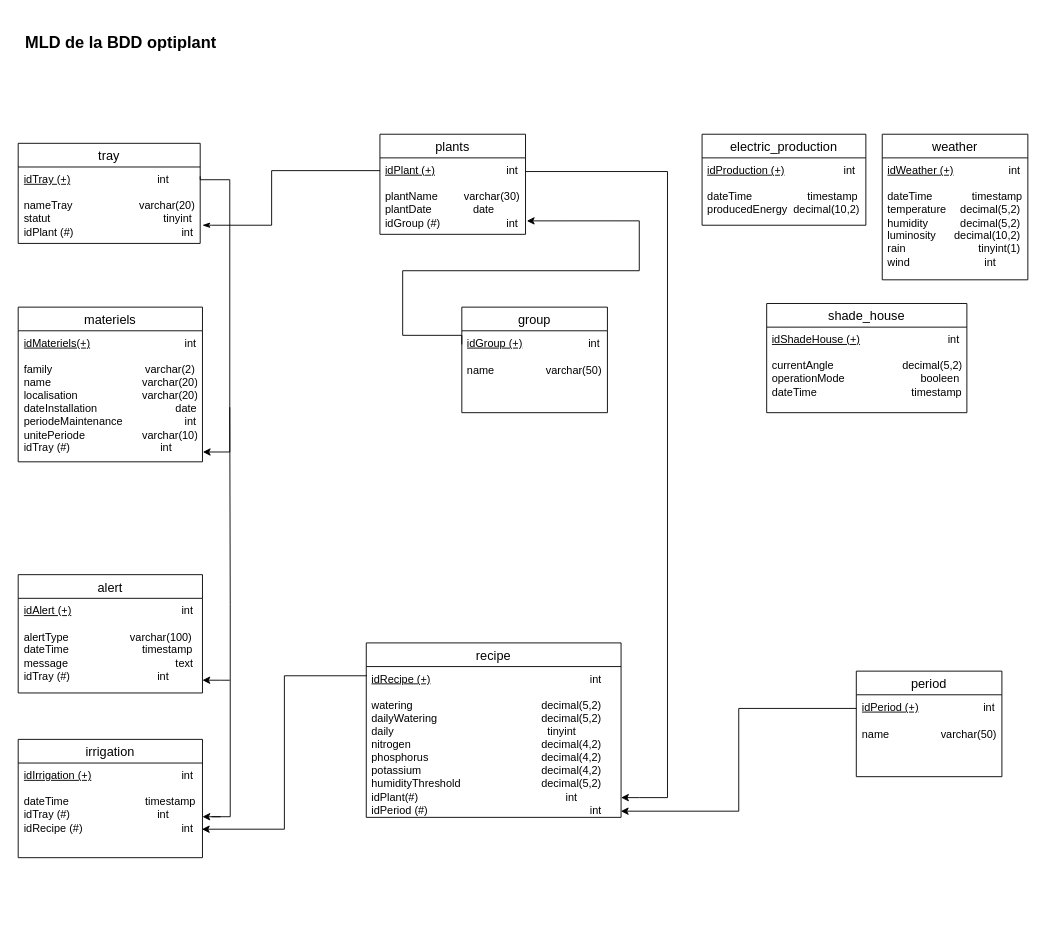
SAE601/BDD keeps this draw.io diagram as MLD.drawio. Above is the earlier version. Source tidied: cells renumbered, new cells numbered last; positions are measured from the earlier drawing's top-left corner, leaving out a move shared by most shapes. Both pictures are drawn from the tidied source at 91%, with x=0, y=0 at pixel (15, 15).
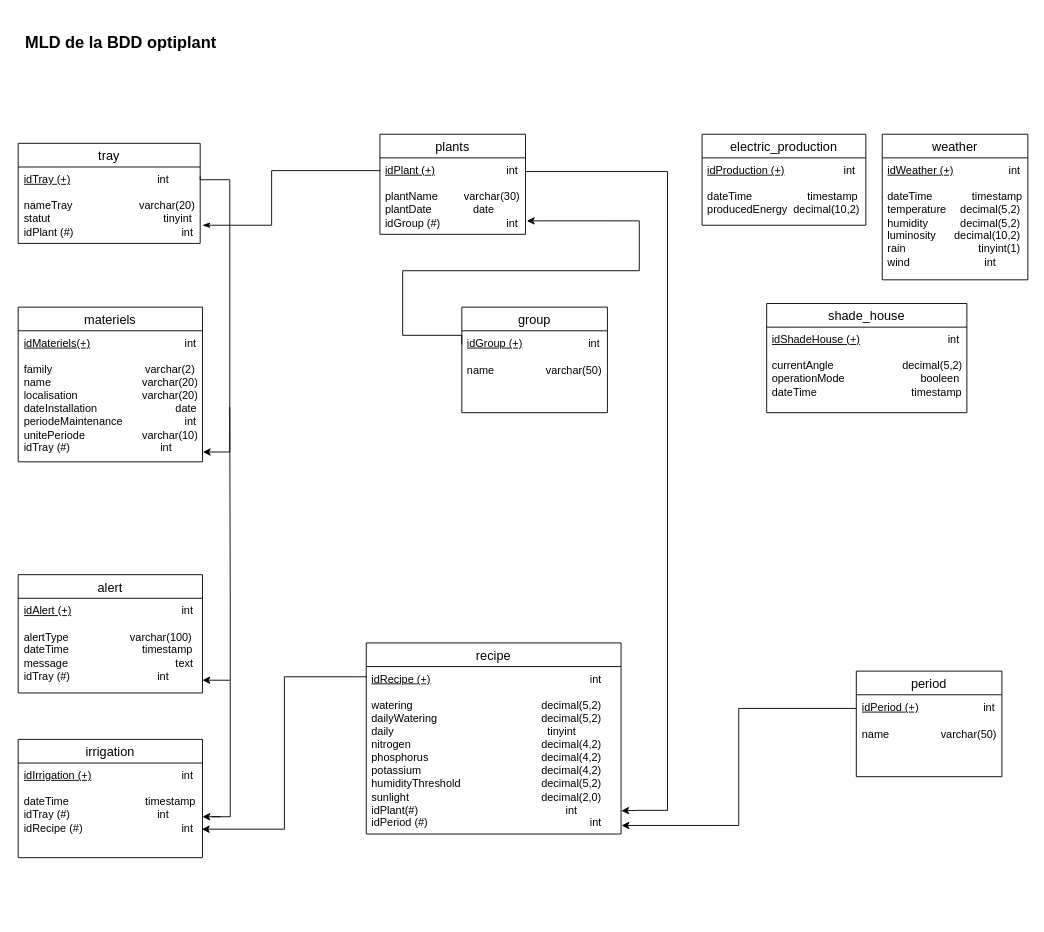
The same page after the edit.

Commit message:
Mettre à jour MLD.drawio

Unchanged cells that the change refers to:
```xml
<mxCell id="15" value="&lt;u&gt;idPeriod (+)&lt;/u&gt;&lt;span style=&quot;white-space: pre;&quot;&gt;&#9;&lt;/span&gt;&lt;span style=&quot;white-space: pre;&quot;&gt;&#9;&lt;/span&gt;&lt;span style=&quot;white-space: pre;&quot;&gt;&#9;&lt;/span&gt;int" style="text;strokeColor=none;fillColor=none;spacingLeft=4;spacingRight=4;overflow=hidden;points=[[0,0.5],[1,0.5]];portConstraint=eastwest;fontSize=12;whiteSpace=wrap;html=1;" parent="14" vertex="1">
  <mxGeometry y="26" width="160" height="30" as="geometry" />
</mxCell>
```

Diff of the diagram source:
```diff
@@
     <mxCell id="31" style="group;" parent="1" vertex="1">
-      <mxGeometry x="385" y="689" width="280" height="271" as="geometry" />
+      <mxGeometry x="385" y="689" width="280" height="301" as="geometry" />
     </mxCell>
     <mxCell id="32" value="recipe" style="swimlane;fontStyle=0;horizontal=1;startSize=26;align=center;fontSize=14;" parent="31" vertex="1">
-      <mxGeometry width="280" height="191.7" as="geometry" />
+      <mxGeometry width="280" height="210" as="geometry" />
     </mxCell>
-    <mxCell id="33" value="&lt;div&gt;&lt;u&gt;idRecipe (+)&lt;/u&gt;&lt;span style=&quot;white-space: pre;&quot;&gt;&#9;&lt;/span&gt;&lt;span style=&quot;white-space: pre;&quot;&gt;&#9;&lt;/span&gt;&lt;span style=&quot;white-space: pre;&quot;&gt;&#9;&lt;/span&gt;&lt;span style=&quot;white-space: pre;&quot;&gt;&#9;&lt;/span&gt;&lt;span style=&quot;white-space: pre;&quot;&gt;&#9;&lt;/span&gt;&lt;span style=&quot;white-space: pre;&quot;&gt;&#9;&lt;/span&gt;&lt;span style=&quot;white-space: pre;&quot;&gt;&#9;&lt;/span&gt;int&lt;/div&gt;&lt;div&gt;&lt;br&gt;&lt;/div&gt;&lt;div&gt;watering&lt;span style=&quot;white-space: pre;&quot;&gt;&#9;&lt;/span&gt;&lt;span style=&quot;white-space: pre;&quot;&gt;&#9;&lt;/span&gt;&lt;span style=&quot;white-space: pre;&quot;&gt;&#9;&lt;/span&gt;&lt;span style=&quot;white-space: pre;&quot;&gt;&#9;&lt;/span&gt;&lt;span style=&quot;white-space: pre;&quot;&gt;&#9;&lt;/span&gt;&lt;span style=&quot;white-space: pre;&quot;&gt;&#9;&lt;/span&gt;&lt;span style=&quot;white-space: pre;&quot;&gt;decimal(5,2)&lt;/span&gt;&lt;/div&gt;&lt;div&gt;&lt;div&gt;dailyWatering&lt;span style=&quot;white-space: pre;&quot;&gt;&#9;&lt;/span&gt;&lt;span style=&quot;white-space: pre;&quot;&gt;&#9;&lt;/span&gt;&lt;span style=&quot;white-space: pre;&quot;&gt;&#9;&lt;/span&gt;&lt;span style=&quot;white-space: pre;&quot;&gt;&#9;&lt;/span&gt;&lt;span style=&quot;white-space: pre;&quot;&gt;&#9;&lt;/span&gt;decimal(5,2)&lt;/div&gt;&lt;div&gt;daily&lt;span style=&quot;white-space: pre;&quot;&gt;&#9;&lt;/span&gt;&lt;span style=&quot;white-space: pre;&quot;&gt;&#9;&lt;/span&gt;&lt;span style=&quot;white-space: pre;&quot;&gt;&#9;&lt;/span&gt;&lt;span style=&quot;white-space: pre;&quot;&gt;&#9;&lt;/span&gt;&lt;span style=&quot;white-space: pre;&quot;&gt;&#9;&lt;/span&gt;&lt;span style=&quot;white-space: pre;&quot;&gt;&#9;&lt;/span&gt;&lt;span style=&quot;white-space: pre;&quot;&gt;&#9;&lt;/span&gt;&amp;nbsp; tinyint&lt;br&gt;nitrogen&lt;span style=&quot;white-space: pre;&quot;&gt;&#9;&lt;/span&gt;&lt;span style=&quot;white-space: pre;&quot;&gt;&#9;&lt;/span&gt;&lt;span style=&quot;white-space: pre;&quot;&gt;&#9;&lt;/span&gt;&lt;span style=&quot;white-space: pre;&quot;&gt;&#9;&lt;/span&gt;&lt;span style=&quot;white-space: pre;&quot;&gt;&#9;&lt;/span&gt;&lt;span style=&quot;white-space: pre;&quot;&gt;&#9;&lt;/span&gt;decimal(4,2)&lt;br&gt;phosphorus&lt;span style=&quot;white-space: pre;&quot;&gt;&#9;&lt;/span&gt;&lt;span style=&quot;white-space: pre;&quot;&gt;&#9;&lt;/span&gt;&lt;span style=&quot;white-space: pre;&quot;&gt;&#9;&lt;/span&gt;&lt;span style=&quot;white-space: pre;&quot;&gt;&#9;&lt;/span&gt;&lt;span style=&quot;white-space: pre;&quot;&gt;&#9;&lt;/span&gt;decimal(4,2)&lt;br&gt;potassium&lt;span style=&quot;white-space: pre;&quot;&gt;&#9;&lt;/span&gt;&lt;span style=&quot;white-space: pre;&quot;&gt;&#9;&lt;/span&gt;&lt;span style=&quot;white-space: pre;&quot;&gt;&#9;&lt;/span&gt;&lt;span style=&quot;white-space: pre;&quot;&gt;&#9;&lt;/span&gt;&lt;span style=&quot;white-space: pre;&quot;&gt;&#9;&lt;/span&gt;decimal(4,2)&lt;br&gt;humidityThreshold&lt;span style=&quot;white-space: pre;&quot;&gt;&#9;&lt;/span&gt;&lt;span style=&quot;white-space: pre;&quot;&gt;&#9;&lt;/span&gt;&lt;span style=&quot;white-space: pre;&quot;&gt;&#9;&lt;/span&gt;&lt;span style=&quot;white-space: pre;&quot;&gt;&#9;&lt;/span&gt;decimal(5,2)&lt;br&gt;&lt;div&gt;idPlant(#)&lt;span style=&quot;white-space: pre;&quot;&gt;&#9;&lt;/span&gt;&lt;span style=&quot;white-space: pre;&quot;&gt;&#9;&lt;/span&gt;&lt;span style=&quot;white-space: pre;&quot;&gt;&#9;&lt;/span&gt;&lt;span style=&quot;white-space: pre;&quot;&gt;&#9;&lt;/span&gt;&lt;span style=&quot;white-space: pre;&quot;&gt;&#9;&lt;/span&gt;&lt;span style=&quot;white-space: pre;&quot;&gt;&#9;&lt;/span&gt;&lt;span style=&quot;white-space: pre;&quot;&gt;&#9;&lt;/span&gt;int&lt;/div&gt;&lt;div&gt;idPeriod (#)&lt;span style=&quot;white-space: pre;&quot;&gt;&#9;&lt;/span&gt;&lt;span style=&quot;white-space: pre;&quot;&gt;&#9;&lt;/span&gt;&lt;span style=&quot;white-space: pre;&quot;&gt;&#9;&lt;/span&gt;&lt;span style=&quot;white-space: pre;&quot;&gt;&#9;&lt;/span&gt;&lt;span style=&quot;white-space: pre;&quot;&gt;&#9;&lt;/span&gt;&lt;span style=&quot;white-space: pre;&quot;&gt;&#9;&lt;/span&gt;&lt;span style=&quot;white-space: pre;&quot;&gt;&#9;&lt;/span&gt;int&lt;/div&gt;&lt;table class=&quot;table table-striped table-hover table-sm table_results data ajax w-auto&quot;&gt;&lt;thead&gt;&lt;tr&gt;&lt;th class=&quot;draggable position-sticky text-end&quot;&gt;&lt;span style=&quot;font-weight: normal;&quot;&gt;&lt;br&gt;        &lt;br&gt;  &lt;/span&gt;&lt;/th&gt;  &lt;th class=&quot;draggable position-sticky text-end&quot;&gt;&lt;br&gt;&lt;br&gt;        &lt;br&gt;  &lt;/th&gt;  &lt;th class=&quot;draggable position-sticky text-end&quot;&gt;&lt;br&gt;&lt;br&gt;        &lt;br&gt;  &lt;/th&gt;  &lt;th class=&quot;draggable position-sticky text-end&quot;&gt;&lt;br&gt;&lt;br&gt;        &lt;br&gt;  &lt;/th&gt;  &lt;th class=&quot;draggable position-sticky text-end&quot;&gt;&lt;br&gt;&lt;br&gt;        &lt;br&gt;  &lt;/th&gt;  &lt;th class=&quot;draggable position-sticky text-end&quot;&gt;&lt;br&gt;&lt;br&gt;        &lt;br&gt;  &lt;/th&gt;  &lt;th class=&quot;draggable position-sticky text-end&quot;&gt;&lt;br&gt;&lt;br&gt;        &lt;br&gt;  &lt;/th&gt;  &lt;th class=&quot;draggable position-sticky text-end&quot;&gt;&lt;br&gt;&lt;br&gt;        &lt;br&gt;  &lt;/th&gt;  &lt;th class=&quot;draggable position-sticky text-end&quot;&gt;&lt;br&gt;&lt;br&gt;        &lt;br&gt;  &lt;/th&gt;      &lt;td colspan=&quot;4&quot; class=&quot;d-print-none&quot;&gt;&lt;br&gt;&lt;/td&gt;&lt;/tr&gt;&lt;/thead&gt;&lt;/table&gt;&lt;/div&gt;&lt;/div&gt;&lt;div&gt;&lt;br&gt;&lt;/div&gt;" style="text;strokeColor=none;fillColor=none;spacingLeft=4;spacingRight=4;overflow=hidden;points=[[0,0.5],[1,0.5]];portConstraint=eastwest;fontSize=12;whiteSpace=wrap;html=1;align=left;" parent="32" vertex="1">
-      <mxGeometry y="26" width="280" height="165.7" as="geometry" />
+    <mxCell id="33" value="&lt;div&gt;&lt;u&gt;idRecipe (+)&lt;/u&gt;&lt;span style=&quot;white-space: pre;&quot;&gt;&#9;&lt;/span&gt;&lt;span style=&quot;white-space: pre;&quot;&gt;&#9;&lt;/span&gt;&lt;span style=&quot;white-space: pre;&quot;&gt;&#9;&lt;/span&gt;&lt;span style=&quot;white-space: pre;&quot;&gt;&#9;&lt;/span&gt;&lt;span style=&quot;white-space: pre;&quot;&gt;&#9;&lt;/span&gt;&lt;span style=&quot;white-space: pre;&quot;&gt;&#9;&lt;/span&gt;&lt;span style=&quot;white-space: pre;&quot;&gt;&#9;&lt;/span&gt;int&lt;/div&gt;&lt;div&gt;&lt;br&gt;&lt;/div&gt;&lt;div&gt;watering&lt;span style=&quot;white-space: pre;&quot;&gt;&#9;&lt;/span&gt;&lt;span style=&quot;white-space: pre;&quot;&gt;&#9;&lt;/span&gt;&lt;span style=&quot;white-space: pre;&quot;&gt;&#9;&lt;/span&gt;&lt;span style=&quot;white-space: pre;&quot;&gt;&#9;&lt;/span&gt;&lt;span style=&quot;white-space: pre;&quot;&gt;&#9;&lt;/span&gt;&lt;span style=&quot;white-space: pre;&quot;&gt;&#9;&lt;/span&gt;&lt;span style=&quot;white-space: pre;&quot;&gt;decimal(5,2)&lt;/span&gt;&lt;/div&gt;&lt;div&gt;&lt;div&gt;dailyWatering&lt;span style=&quot;white-space: pre;&quot;&gt;&#9;&lt;/span&gt;&lt;span style=&quot;white-space: pre;&quot;&gt;&#9;&lt;/span&gt;&lt;span style=&quot;white-space: pre;&quot;&gt;&#9;&lt;/span&gt;&lt;span style=&quot;white-space: pre;&quot;&gt;&#9;&lt;/span&gt;&lt;span style=&quot;white-space: pre;&quot;&gt;&#9;&lt;/span&gt;decimal(5,2)&lt;/div&gt;&lt;div&gt;daily&lt;span style=&quot;white-space: pre;&quot;&gt;&#9;&lt;/span&gt;&lt;span style=&quot;white-space: pre;&quot;&gt;&#9;&lt;/span&gt;&lt;span style=&quot;white-space: pre;&quot;&gt;&#9;&lt;/span&gt;&lt;span style=&quot;white-space: pre;&quot;&gt;&#9;&lt;/span&gt;&lt;span style=&quot;white-space: pre;&quot;&gt;&#9;&lt;/span&gt;&lt;span style=&quot;white-space: pre;&quot;&gt;&#9;&lt;/span&gt;&lt;span style=&quot;white-space: pre;&quot;&gt;&#9;&lt;/span&gt;&amp;nbsp; tinyint&lt;br&gt;nitrogen&lt;span style=&quot;white-space: pre;&quot;&gt;&#9;&lt;/span&gt;&lt;span style=&quot;white-space: pre;&quot;&gt;&#9;&lt;/span&gt;&lt;span style=&quot;white-space: pre;&quot;&gt;&#9;&lt;/span&gt;&lt;span style=&quot;white-space: pre;&quot;&gt;&#9;&lt;/span&gt;&lt;span style=&quot;white-space: pre;&quot;&gt;&#9;&lt;/span&gt;&lt;span style=&quot;white-space: pre;&quot;&gt;&#9;&lt;/span&gt;decimal(4,2)&lt;br&gt;phosphorus&lt;span style=&quot;white-space: pre;&quot;&gt;&#9;&lt;/span&gt;&lt;span style=&quot;white-space: pre;&quot;&gt;&#9;&lt;/span&gt;&lt;span style=&quot;white-space: pre;&quot;&gt;&#9;&lt;/span&gt;&lt;span style=&quot;white-space: pre;&quot;&gt;&#9;&lt;/span&gt;&lt;span style=&quot;white-space: pre;&quot;&gt;&#9;&lt;/span&gt;decimal(4,2)&lt;br&gt;potassium&lt;span style=&quot;white-space: pre;&quot;&gt;&#9;&lt;/span&gt;&lt;span style=&quot;white-space: pre;&quot;&gt;&#9;&lt;/span&gt;&lt;span style=&quot;white-space: pre;&quot;&gt;&#9;&lt;/span&gt;&lt;span style=&quot;white-space: pre;&quot;&gt;&#9;&lt;/span&gt;&lt;span style=&quot;white-space: pre;&quot;&gt;&#9;&lt;/span&gt;decimal(4,2)&lt;br&gt;humidityThreshold&lt;span style=&quot;white-space: pre;&quot;&gt;&#9;&lt;/span&gt;&lt;span style=&quot;white-space: pre;&quot;&gt;&#9;&lt;/span&gt;&lt;span style=&quot;white-space: pre;&quot;&gt;&#9;&lt;/span&gt;&lt;span style=&quot;white-space: pre;&quot;&gt;&#9;&lt;/span&gt;decimal(5,2)&lt;/div&gt;&lt;div&gt;sunlight&lt;span style=&quot;white-space: pre;&quot;&gt;&#9;&lt;/span&gt;&lt;span style=&quot;white-space: pre;&quot;&gt;&#9;&lt;/span&gt;&lt;span style=&quot;white-space: pre;&quot;&gt;&#9;&lt;/span&gt;&lt;span style=&quot;white-space: pre;&quot;&gt;&#9;&lt;/span&gt;&lt;span style=&quot;white-space: pre;&quot;&gt;&#9;&lt;/span&gt;&lt;span style=&quot;white-space: pre;&quot;&gt;&#9;&lt;/span&gt;&lt;span style=&quot;white-space: pre;&quot;&gt;&lt;/span&gt;decimal(2,0)&lt;div&gt;idPlant(#)&lt;span style=&quot;white-space: pre;&quot;&gt;&#9;&lt;/span&gt;&lt;span style=&quot;white-space: pre;&quot;&gt;&#9;&lt;/span&gt;&lt;span style=&quot;white-space: pre;&quot;&gt;&#9;&lt;/span&gt;&lt;span style=&quot;white-space: pre;&quot;&gt;&#9;&lt;/span&gt;&lt;span style=&quot;white-space: pre;&quot;&gt;&#9;&lt;/span&gt;&lt;span style=&quot;white-space: pre;&quot;&gt;&#9;&lt;/span&gt;&lt;span style=&quot;white-space: pre;&quot;&gt;&#9;&lt;/span&gt;int&lt;/div&gt;&lt;div&gt;idPeriod (#)&lt;span style=&quot;white-space: pre;&quot;&gt;&#9;&lt;/span&gt;&lt;span style=&quot;white-space: pre;&quot;&gt;&#9;&lt;/span&gt;&lt;span style=&quot;white-space: pre;&quot;&gt;&#9;&lt;/span&gt;&lt;span style=&quot;white-space: pre;&quot;&gt;&#9;&lt;/span&gt;&lt;span style=&quot;white-space: pre;&quot;&gt;&#9;&lt;/span&gt;&lt;span style=&quot;white-space: pre;&quot;&gt;&#9;&lt;/span&gt;&lt;span style=&quot;white-space: pre;&quot;&gt;&#9;&lt;/span&gt;int&lt;/div&gt;&lt;table class=&quot;table table-striped table-hover table-sm table_results data ajax w-auto&quot;&gt;&lt;thead&gt;&lt;tr&gt;&lt;th class=&quot;draggable position-sticky text-end&quot;&gt;&lt;span style=&quot;font-weight: normal;&quot;&gt;&lt;br&gt;        &lt;br&gt;  &lt;/span&gt;&lt;/th&gt;  &lt;th class=&quot;draggable position-sticky text-end&quot;&gt;&lt;br&gt;&lt;br&gt;        &lt;br&gt;  &lt;/th&gt;  &lt;th class=&quot;draggable position-sticky text-end&quot;&gt;&lt;br&gt;&lt;br&gt;        &lt;br&gt;  &lt;/th&gt;  &lt;th class=&quot;draggable position-sticky text-end&quot;&gt;&lt;br&gt;&lt;br&gt;        &lt;br&gt;  &lt;/th&gt;  &lt;th class=&quot;draggable position-sticky text-end&quot;&gt;&lt;br&gt;&lt;br&gt;        &lt;br&gt;  &lt;/th&gt;  &lt;th class=&quot;draggable position-sticky text-end&quot;&gt;&lt;br&gt;&lt;br&gt;        &lt;br&gt;  &lt;/th&gt;  &lt;th class=&quot;draggable position-sticky text-end&quot;&gt;&lt;br&gt;&lt;br&gt;        &lt;br&gt;  &lt;/th&gt;  &lt;th class=&quot;draggable position-sticky text-end&quot;&gt;&lt;br&gt;&lt;br&gt;        &lt;br&gt;  &lt;/th&gt;  &lt;th class=&quot;draggable position-sticky text-end&quot;&gt;&lt;br&gt;&lt;br&gt;        &lt;br&gt;  &lt;/th&gt;      &lt;td colspan=&quot;4&quot; class=&quot;d-print-none&quot;&gt;&lt;br&gt;&lt;/td&gt;&lt;/tr&gt;&lt;/thead&gt;&lt;/table&gt;&lt;/div&gt;&lt;/div&gt;&lt;div&gt;&lt;br&gt;&lt;/div&gt;" style="text;strokeColor=none;fillColor=none;spacingLeft=4;spacingRight=4;overflow=hidden;points=[[0,0.5],[1,0.5]];portConstraint=eastwest;fontSize=12;whiteSpace=wrap;html=1;align=left;" parent="32" vertex="1">
+      <mxGeometry y="26" width="280" height="184" as="geometry" />
     </mxCell>
@@
-    <mxCell id="38" style="edgeStyle=orthogonalEdgeStyle;rounded=0;orthogonalLoop=1;jettySize=auto;html=1;exitX=0.995;exitY=0.179;exitDx=0;exitDy=0;exitPerimeter=0;" parent="1" edge="1">
+    <mxCell id="38" style="edgeStyle=orthogonalEdgeStyle;rounded=0;jettySize=auto;html=1;exitX=0.995;exitY=0.179;exitDx=0;exitDy=0;exitPerimeter=0;entryX=1.001;entryY=0.861;entryDx=0;entryDy=0;entryPerimeter=0;" parent="1" edge="1" target="33">
       <mxGeometry relative="1" as="geometry">
         <mxPoint x="560" y="171" as="sourcePoint" />
-        <mxPoint x="665" y="859" as="targetPoint" />
         <Array as="points">
           <mxPoint x="716" y="171" />
-          <mxPoint x="716" y="859" />
-          <mxPoint x="685" y="859" />
+          <mxPoint x="716" y="873" />
+          <mxPoint x="685" y="873" />
         </Array>
       </mxGeometry>
     </mxCell>
-    <mxCell id="39" style="edgeStyle=orthogonalEdgeStyle;rounded=0;jettySize=auto;html=1;exitX=0;exitY=0.5;exitDx=0;exitDy=0;entryX=0.999;entryY=0.959;entryDx=0;entryDy=0;entryPerimeter=0;" parent="1" edge="1" source="15" target="33">
+    <mxCell id="39" style="edgeStyle=orthogonalEdgeStyle;rounded=0;jettySize=auto;html=1;exitX=0;exitY=0.5;exitDx=0;exitDy=0;entryX=1.002;entryY=0.949;entryDx=0;entryDy=0;entryPerimeter=0;" parent="1" edge="1" source="15" target="33">
       <mxGeometry relative="1" as="geometry" />
     </mxCell>
```
